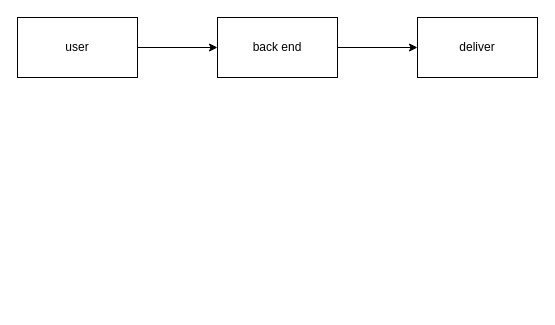
Before: whatsapp.drawio in Intina47/sys-D, a draw.io diagram. Source tidied: cells renumbered, new cells numbered last; positions are measured from the earlier drawing's top-left corner, leaving out a move shared by most shapes. Both pictures are drawn from the tidied source at 100%, with x=0, y=0 at pixel (17, 17).
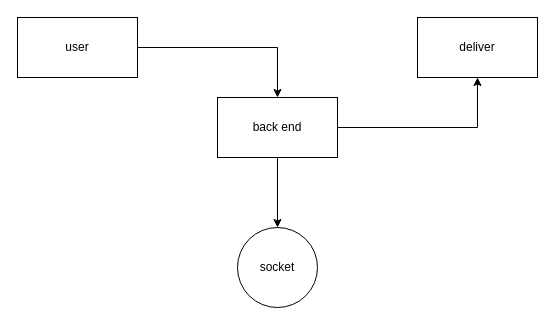
Above is the later version.

Change to the diagram source:
```diff
@@
 <mxGraphModel>
   <root>
     <mxCell id="0" />
     <mxCell id="1" parent="0" />
     <mxCell id="2" style="edgeStyle=orthogonalEdgeStyle;rounded=0;jettySize=auto;html=1;" parent="1" edge="1" source="3" target="5">
       <mxGeometry relative="1" as="geometry" />
     </mxCell>
     <mxCell id="3" value="user" style="rounded=0;whiteSpace=wrap;html=1;" parent="1" vertex="1">
       <mxGeometry width="120" height="60" as="geometry" />
     </mxCell>
     <mxCell id="4" style="edgeStyle=orthogonalEdgeStyle;rounded=0;jettySize=auto;html=1;" parent="1" edge="1" source="5" target="6">
       <mxGeometry relative="1" as="geometry" />
     </mxCell>
+    <mxCell id="7" style="edgeStyle=orthogonalEdgeStyle;rounded=0;jettySize=auto;html=1;" parent="1" edge="1" source="5" target="8">
+      <mxGeometry relative="1" as="geometry" />
+    </mxCell>
     <mxCell id="5" value="back end" style="rounded=0;whiteSpace=wrap;html=1;" parent="1" vertex="1">
-      <mxGeometry x="200" width="120" height="60" as="geometry" />
+      <mxGeometry x="200" y="80" width="120" height="60" as="geometry" />
     </mxCell>
     <mxCell id="6" value="deliver" style="rounded=0;whiteSpace=wrap;html=1;" parent="1" vertex="1">
       <mxGeometry x="400" width="120" height="60" as="geometry" />
     </mxCell>
+    <mxCell id="8" value="socket" style="ellipse;whiteSpace=wrap;html=1;rounded=0;" parent="1" vertex="1">
+      <mxGeometry x="220" y="210" width="80" height="80" as="geometry" />
+    </mxCell>
   </root>
 </mxGraphModel>
```
